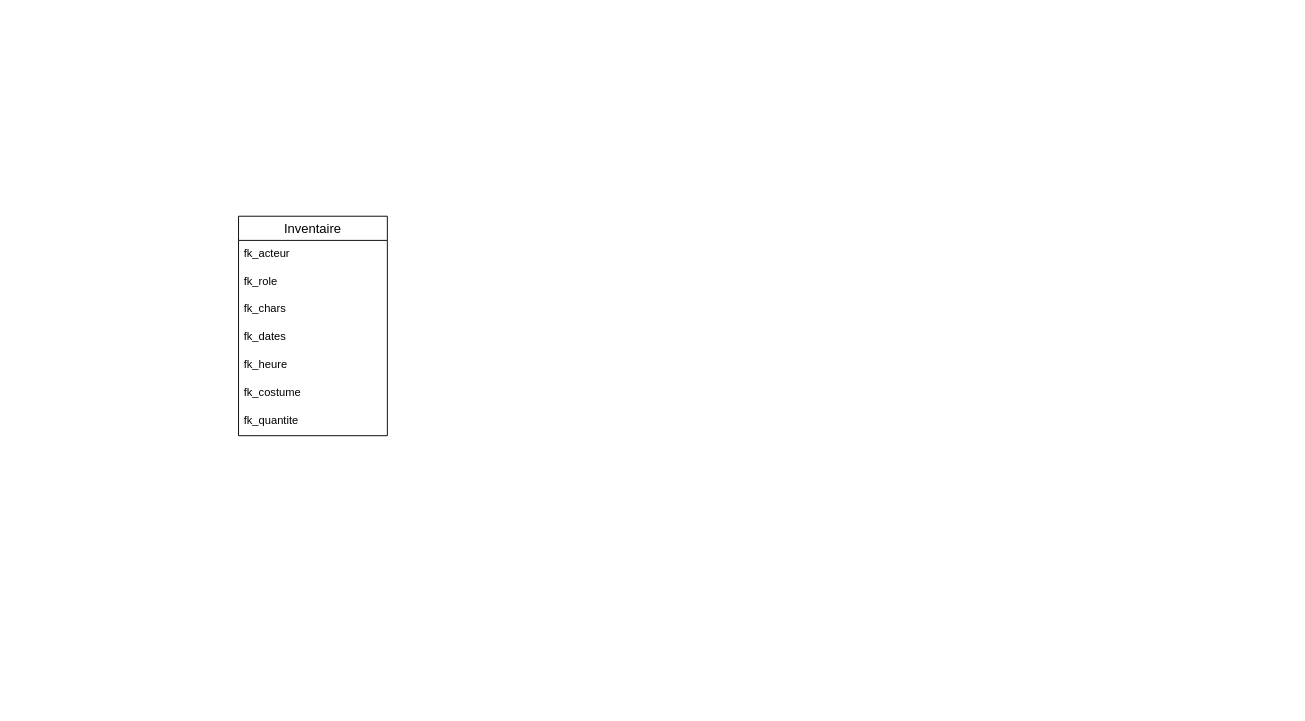
Earlier version of the draw.io diagram Disney.drawio (lamouchiambre/mini-projet-BDD). Source tidied: cells renumbered, new cells numbered last; positions are measured from the earlier drawing's top-left corner, leaving out a move shared by most shapes. Both pictures are drawn from the tidied source at 93%, with x=0, y=0 at pixel (238, 216).
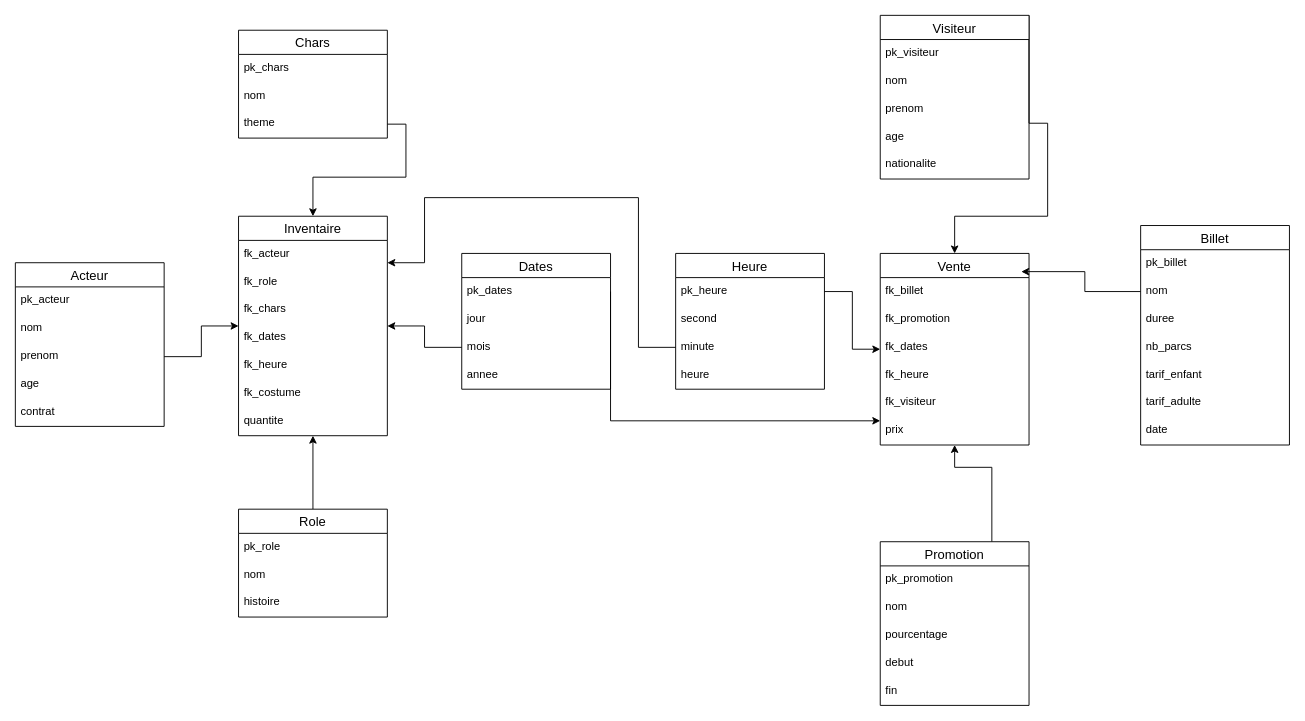
The same page after the edit.

Unchanged cells that the change refers to:
```xml
<mxCell id="2" value="Inventaire" style="swimlane;fontStyle=0;horizontal=1;startSize=26;align=center;fontSize=14;" parent="1" vertex="1">
  <mxGeometry width="160" height="236" as="geometry" />
</mxCell>
```

Change to the diagram source:
```diff
@@
-    <mxCell id="9" value="fk_quantite" style="text;strokeColor=none;fillColor=none;spacingLeft=4;spacingRight=4;overflow=hidden;fontSize=12;" parent="2" vertex="1">
+    <mxCell id="9" value="quantite" style="text;strokeColor=none;fillColor=none;spacingLeft=4;spacingRight=4;overflow=hidden;fontSize=12;" parent="2" vertex="1">
       <mxGeometry y="206" width="160" height="30" as="geometry" />
     </mxCell>
+    <mxCell id="10" value="Vente" style="swimlane;fontStyle=0;horizontal=1;startSize=26;align=center;fontSize=14;" parent="1" vertex="1">
+      <mxGeometry x="690" y="40" width="160" height="206" as="geometry" />
+    </mxCell>
+    <mxCell id="11" value="fk_billet" style="text;strokeColor=none;fillColor=none;spacingLeft=4;spacingRight=4;overflow=hidden;fontSize=12;" parent="10" vertex="1">
+      <mxGeometry y="26" width="160" height="30" as="geometry" />
+    </mxCell>
+    <mxCell id="12" value="fk_promotion" style="text;strokeColor=none;fillColor=none;spacingLeft=4;spacingRight=4;overflow=hidden;fontSize=12;" parent="10" vertex="1">
+      <mxGeometry y="56" width="160" height="30" as="geometry" />
+    </mxCell>
+    <mxCell id="13" value="fk_dates" style="text;strokeColor=none;fillColor=none;spacingLeft=4;spacingRight=4;overflow=hidden;fontSize=12;" parent="10" vertex="1">
+      <mxGeometry y="86" width="160" height="30" as="geometry" />
+    </mxCell>
+    <mxCell id="14" value="fk_heure" style="text;strokeColor=none;fillColor=none;spacingLeft=4;spacingRight=4;overflow=hidden;fontSize=12;" parent="10" vertex="1">
+      <mxGeometry y="116" width="160" height="30" as="geometry" />
+    </mxCell>
+    <mxCell id="15" value="fk_visiteur" style="text;strokeColor=none;fillColor=none;spacingLeft=4;spacingRight=4;overflow=hidden;fontSize=12;" parent="10" vertex="1">
+      <mxGeometry y="146" width="160" height="30" as="geometry" />
+    </mxCell>
+    <mxCell id="16" value="prix" style="text;strokeColor=none;fillColor=none;spacingLeft=4;spacingRight=4;overflow=hidden;points=[[0,0.5],[1,0.5]];portConstraint=eastwest;fontSize=12;" parent="10" vertex="1">
+      <mxGeometry y="176" width="160" height="30" as="geometry" />
+    </mxCell>
+    <mxCell id="17" value="Acteur" style="swimlane;fontStyle=0;horizontal=1;startSize=26;align=center;fontSize=14;" parent="1" vertex="1">
+      <mxGeometry x="-240" y="50" width="160" height="176" as="geometry" />
+    </mxCell>
+    <mxCell id="18" value="pk_acteur" style="text;strokeColor=none;fillColor=none;spacingLeft=4;spacingRight=4;overflow=hidden;fontSize=12;" parent="17" vertex="1">
+      <mxGeometry y="26" width="160" height="30" as="geometry" />
+    </mxCell>
+    <mxCell id="19" value="nom" style="text;strokeColor=none;fillColor=none;spacingLeft=4;spacingRight=4;overflow=hidden;fontSize=12;" parent="17" vertex="1">
+      <mxGeometry y="56" width="160" height="30" as="geometry" />
+    </mxCell>
+    <mxCell id="20" value="prenom" style="text;strokeColor=none;fillColor=none;spacingLeft=4;spacingRight=4;overflow=hidden;points=[[0,0.5],[1,0.5]];portConstraint=eastwest;fontSize=12;" parent="17" vertex="1">
+      <mxGeometry y="86" width="160" height="30" as="geometry" />
+    </mxCell>
+    <mxCell id="21" value="age" style="text;strokeColor=none;fillColor=none;spacingLeft=4;spacingRight=4;overflow=hidden;fontSize=12;" parent="17" vertex="1">
+      <mxGeometry y="116" width="160" height="30" as="geometry" />
+    </mxCell>
+    <mxCell id="22" value="contrat" style="text;strokeColor=none;fillColor=none;spacingLeft=4;spacingRight=4;overflow=hidden;fontSize=12;" parent="17" vertex="1">
+      <mxGeometry y="146" width="160" height="30" as="geometry" />
+    </mxCell>
+    <mxCell id="23" style="edgeStyle=orthogonalEdgeStyle;rounded=0;jettySize=auto;html=1;exitX=0.5;exitY=0;exitDx=0;exitDy=0;" parent="1" edge="1" source="24" target="2">
+      <mxGeometry relative="1" as="geometry" />
+    </mxCell>
+    <mxCell id="24" value="Role" style="swimlane;fontStyle=0;horizontal=1;startSize=26;align=center;fontSize=14;" parent="1" vertex="1">
+      <mxGeometry y="315" width="160" height="116" as="geometry" />
+    </mxCell>
+    <mxCell id="25" value="pk_role" style="text;strokeColor=none;fillColor=none;spacingLeft=4;spacingRight=4;overflow=hidden;fontSize=12;" parent="24" vertex="1">
+      <mxGeometry y="26" width="160" height="30" as="geometry" />
+    </mxCell>
+    <mxCell id="26" value="nom" style="text;strokeColor=none;fillColor=none;spacingLeft=4;spacingRight=4;overflow=hidden;fontSize=12;" parent="24" vertex="1">
+      <mxGeometry y="56" width="160" height="30" as="geometry" />
+    </mxCell>
+    <mxCell id="27" value="histoire" style="text;strokeColor=none;fillColor=none;spacingLeft=4;spacingRight=4;overflow=hidden;fontSize=12;" parent="24" vertex="1">
+      <mxGeometry y="86" width="160" height="30" as="geometry" />
+    </mxCell>
+    <mxCell id="28" value="Chars" style="swimlane;fontStyle=0;horizontal=1;startSize=26;align=center;fontSize=14;" parent="1" vertex="1">
+      <mxGeometry y="-200" width="160" height="116" as="geometry" />
+    </mxCell>
+    <mxCell id="29" value="pk_chars" style="text;strokeColor=none;fillColor=none;spacingLeft=4;spacingRight=4;overflow=hidden;fontSize=12;" parent="28" vertex="1">
+      <mxGeometry y="26" width="160" height="30" as="geometry" />
+    </mxCell>
+    <mxCell id="30" value="nom" style="text;strokeColor=none;fillColor=none;spacingLeft=4;spacingRight=4;overflow=hidden;fontSize=12;" parent="28" vertex="1">
+      <mxGeometry y="56" width="160" height="30" as="geometry" />
+    </mxCell>
+    <mxCell id="31" value="theme" style="text;strokeColor=none;fillColor=none;spacingLeft=4;spacingRight=4;overflow=hidden;points=[[0,0.5],[1,0.5]];portConstraint=eastwest;fontSize=12;" parent="28" vertex="1">
+      <mxGeometry y="86" width="160" height="30" as="geometry" />
+    </mxCell>
+    <mxCell id="32" value="Billet" style="swimlane;fontStyle=0;horizontal=1;startSize=26;align=center;fontSize=14;" parent="1" vertex="1">
+      <mxGeometry x="970" y="10" width="160" height="236" as="geometry" />
+    </mxCell>
+    <mxCell id="33" value="pk_billet" style="text;strokeColor=none;fillColor=none;spacingLeft=4;spacingRight=4;overflow=hidden;fontSize=12;" parent="32" vertex="1">
+      <mxGeometry y="26" width="160" height="30" as="geometry" />
+    </mxCell>
+    <mxCell id="34" value="nom" style="text;strokeColor=none;fillColor=none;spacingLeft=4;spacingRight=4;overflow=hidden;points=[[0,0.5],[1,0.5]];portConstraint=eastwest;fontSize=12;" parent="32" vertex="1">
+      <mxGeometry y="56" width="160" height="30" as="geometry" />
+    </mxCell>
+    <mxCell id="35" value="duree" style="text;strokeColor=none;fillColor=none;spacingLeft=4;spacingRight=4;overflow=hidden;fontSize=12;" parent="32" vertex="1">
+      <mxGeometry y="86" width="160" height="30" as="geometry" />
+    </mxCell>
+    <mxCell id="36" value="nb_parcs" style="text;strokeColor=none;fillColor=none;spacingLeft=4;spacingRight=4;overflow=hidden;fontSize=12;" parent="32" vertex="1">
+      <mxGeometry y="116" width="160" height="30" as="geometry" />
+    </mxCell>
+    <mxCell id="37" value="tarif_enfant" style="text;strokeColor=none;fillColor=none;spacingLeft=4;spacingRight=4;overflow=hidden;fontSize=12;" parent="32" vertex="1">
+      <mxGeometry y="146" width="160" height="30" as="geometry" />
+    </mxCell>
+    <mxCell id="38" value="tarif_adulte" style="text;strokeColor=none;fillColor=none;spacingLeft=4;spacingRight=4;overflow=hidden;fontSize=12;" parent="32" vertex="1">
+      <mxGeometry y="176" width="160" height="30" as="geometry" />
+    </mxCell>
+    <mxCell id="39" value="date" style="text;strokeColor=none;fillColor=none;spacingLeft=4;spacingRight=4;overflow=hidden;fontSize=12;" parent="32" vertex="1">
+      <mxGeometry y="206" width="160" height="30" as="geometry" />
+    </mxCell>
+    <mxCell id="40" value="Heure" style="swimlane;fontStyle=0;horizontal=1;startSize=26;align=center;fontSize=14;" parent="1" vertex="1">
+      <mxGeometry x="470" y="40" width="160" height="146" as="geometry" />
+    </mxCell>
+    <mxCell id="41" value="pk_heure" style="text;strokeColor=none;fillColor=none;spacingLeft=4;spacingRight=4;overflow=hidden;points=[[0,0.5],[1,0.5]];portConstraint=eastwest;fontSize=12;" parent="40" vertex="1">
+      <mxGeometry y="26" width="160" height="30" as="geometry" />
+    </mxCell>
+    <mxCell id="42" value="second" style="text;strokeColor=none;fillColor=none;spacingLeft=4;spacingRight=4;overflow=hidden;fontSize=12;" parent="40" vertex="1">
+      <mxGeometry y="56" width="160" height="30" as="geometry" />
+    </mxCell>
+    <mxCell id="43" value="minute" style="text;strokeColor=none;fillColor=none;spacingLeft=4;spacingRight=4;overflow=hidden;points=[[0,0.5],[1,0.5]];portConstraint=eastwest;fontSize=12;" parent="40" vertex="1">
+      <mxGeometry y="86" width="160" height="30" as="geometry" />
+    </mxCell>
+    <mxCell id="44" value="heure" style="text;strokeColor=none;fillColor=none;spacingLeft=4;spacingRight=4;overflow=hidden;fontSize=12;" parent="40" vertex="1">
+      <mxGeometry y="116" width="160" height="30" as="geometry" />
+    </mxCell>
+    <mxCell id="45" value="Dates" style="swimlane;fontStyle=0;horizontal=1;startSize=26;align=center;fontSize=14;" parent="1" vertex="1">
+      <mxGeometry x="240" y="40" width="160" height="146" as="geometry" />
+    </mxCell>
+    <mxCell id="46" value="pk_dates" style="text;strokeColor=none;fillColor=none;spacingLeft=4;spacingRight=4;overflow=hidden;points=[[0,0.5],[1,0.5]];portConstraint=eastwest;fontSize=12;" parent="45" vertex="1">
+      <mxGeometry y="26" width="160" height="30" as="geometry" />
+    </mxCell>
+    <mxCell id="47" value="jour" style="text;strokeColor=none;fillColor=none;spacingLeft=4;spacingRight=4;overflow=hidden;fontSize=12;" parent="45" vertex="1">
+      <mxGeometry y="56" width="160" height="30" as="geometry" />
+    </mxCell>
+    <mxCell id="48" value="mois" style="text;strokeColor=none;fillColor=none;spacingLeft=4;spacingRight=4;overflow=hidden;points=[[0,0.5],[1,0.5]];portConstraint=eastwest;fontSize=12;" parent="45" vertex="1">
+      <mxGeometry y="86" width="160" height="30" as="geometry" />
+    </mxCell>
+    <mxCell id="49" value="annee" style="text;strokeColor=none;fillColor=none;spacingLeft=4;spacingRight=4;overflow=hidden;fontSize=12;" parent="45" vertex="1">
+      <mxGeometry y="116" width="160" height="30" as="geometry" />
+    </mxCell>
+    <mxCell id="50" style="edgeStyle=orthogonalEdgeStyle;rounded=0;jettySize=auto;html=1;exitX=1;exitY=0;exitDx=0;exitDy=0;entryX=0.5;entryY=0;entryDx=0;entryDy=0;" parent="1" edge="1" source="51" target="10">
+      <mxGeometry relative="1" as="geometry">
+        <Array as="points">
+          <mxPoint x="850" y="-100" />
+          <mxPoint x="870" y="-100" />
+          <mxPoint x="870" />
+          <mxPoint x="770" />
+        </Array>
+      </mxGeometry>
+    </mxCell>
+    <mxCell id="51" value="Visiteur" style="swimlane;fontStyle=0;horizontal=1;startSize=26;align=center;fontSize=14;" parent="1" vertex="1">
+      <mxGeometry x="690" y="-216" width="160" height="176" as="geometry" />
+    </mxCell>
+    <mxCell id="52" value="pk_visiteur" style="text;strokeColor=none;fillColor=none;spacingLeft=4;spacingRight=4;overflow=hidden;fontSize=12;" parent="51" vertex="1">
+      <mxGeometry y="26" width="160" height="30" as="geometry" />
+    </mxCell>
+    <mxCell id="53" value="nom" style="text;strokeColor=none;fillColor=none;spacingLeft=4;spacingRight=4;overflow=hidden;fontSize=12;" parent="51" vertex="1">
+      <mxGeometry y="56" width="160" height="30" as="geometry" />
+    </mxCell>
+    <mxCell id="54" value="prenom" style="text;strokeColor=none;fillColor=none;spacingLeft=4;spacingRight=4;overflow=hidden;fontSize=12;" parent="51" vertex="1">
+      <mxGeometry y="86" width="160" height="30" as="geometry" />
+    </mxCell>
+    <mxCell id="55" value="age" style="text;strokeColor=none;fillColor=none;spacingLeft=4;spacingRight=4;overflow=hidden;fontSize=12;" parent="51" vertex="1">
+      <mxGeometry y="116" width="160" height="30" as="geometry" />
+    </mxCell>
+    <mxCell id="56" value="nationalite" style="text;strokeColor=none;fillColor=none;spacingLeft=4;spacingRight=4;overflow=hidden;fontSize=12;" parent="51" vertex="1">
+      <mxGeometry y="146" width="160" height="30" as="geometry" />
+    </mxCell>
+    <mxCell id="57" style="edgeStyle=orthogonalEdgeStyle;rounded=0;jettySize=auto;html=1;exitX=0.75;exitY=0;exitDx=0;exitDy=0;" parent="1" edge="1" source="58" target="16">
+      <mxGeometry relative="1" as="geometry">
+        <Array as="points">
+          <mxPoint x="810" y="270" />
+          <mxPoint x="770" y="270" />
+        </Array>
+      </mxGeometry>
+    </mxCell>
+    <mxCell id="58" value="Promotion" style="swimlane;fontStyle=0;horizontal=1;startSize=26;align=center;fontSize=14;" parent="1" vertex="1">
+      <mxGeometry x="690" y="350" width="160" height="176" as="geometry" />
+    </mxCell>
+    <mxCell id="59" value="pk_promotion" style="text;strokeColor=none;fillColor=none;spacingLeft=4;spacingRight=4;overflow=hidden;fontSize=12;" parent="58" vertex="1">
+      <mxGeometry y="26" width="160" height="30" as="geometry" />
+    </mxCell>
+    <mxCell id="60" value="nom" style="text;strokeColor=none;fillColor=none;spacingLeft=4;spacingRight=4;overflow=hidden;fontSize=12;" parent="58" vertex="1">
+      <mxGeometry y="56" width="160" height="30" as="geometry" />
+    </mxCell>
+    <mxCell id="61" value="pourcentage" style="text;strokeColor=none;fillColor=none;spacingLeft=4;spacingRight=4;overflow=hidden;fontSize=12;" parent="58" vertex="1">
+      <mxGeometry y="86" width="160" height="30" as="geometry" />
+    </mxCell>
+    <mxCell id="62" value="debut" style="text;strokeColor=none;fillColor=none;spacingLeft=4;spacingRight=4;overflow=hidden;fontSize=12;" parent="58" vertex="1">
+      <mxGeometry y="116" width="160" height="30" as="geometry" />
+    </mxCell>
+    <mxCell id="63" value="fin" style="text;strokeColor=none;fillColor=none;spacingLeft=4;spacingRight=4;overflow=hidden;fontSize=12;" parent="58" vertex="1">
+      <mxGeometry y="146" width="160" height="30" as="geometry" />
+    </mxCell>
+    <mxCell id="64" style="edgeStyle=orthogonalEdgeStyle;rounded=0;jettySize=auto;html=1;exitX=1;exitY=0.5;exitDx=0;exitDy=0;" parent="1" edge="1" source="20" target="2">
+      <mxGeometry relative="1" as="geometry" />
+    </mxCell>
+    <mxCell id="65" style="edgeStyle=orthogonalEdgeStyle;rounded=0;jettySize=auto;html=1;exitX=1;exitY=0.5;exitDx=0;exitDy=0;" parent="1" edge="1" source="31" target="2">
+      <mxGeometry relative="1" as="geometry" />
+    </mxCell>
+    <mxCell id="66" style="edgeStyle=orthogonalEdgeStyle;rounded=0;jettySize=auto;html=1;exitX=0;exitY=0.5;exitDx=0;exitDy=0;" parent="1" edge="1" source="48" target="2">
+      <mxGeometry relative="1" as="geometry" />
+    </mxCell>
+    <mxCell id="67" style="edgeStyle=orthogonalEdgeStyle;rounded=0;jettySize=auto;html=1;exitX=0;exitY=0.5;exitDx=0;exitDy=0;" parent="1" edge="1" source="43" target="2">
+      <mxGeometry relative="1" as="geometry">
+        <Array as="points">
+          <mxPoint x="430" y="141" />
+          <mxPoint x="430" y="-20" />
+          <mxPoint x="200" y="-20" />
+          <mxPoint x="200" y="50" />
+        </Array>
+      </mxGeometry>
+    </mxCell>
+    <mxCell id="68" style="edgeStyle=orthogonalEdgeStyle;rounded=0;jettySize=auto;html=1;exitX=1;exitY=0.5;exitDx=0;exitDy=0;" parent="1" edge="1" source="41" target="10">
+      <mxGeometry relative="1" as="geometry" />
+    </mxCell>
+    <mxCell id="69" style="edgeStyle=orthogonalEdgeStyle;rounded=0;jettySize=auto;html=1;exitX=1;exitY=0.5;exitDx=0;exitDy=0;" parent="1" edge="1" source="46" target="10">
+      <mxGeometry relative="1" as="geometry">
+        <Array as="points">
+          <mxPoint x="400" y="220" />
+        </Array>
+      </mxGeometry>
+    </mxCell>
+    <mxCell id="70" style="edgeStyle=orthogonalEdgeStyle;rounded=0;jettySize=auto;html=1;exitX=0;exitY=0.5;exitDx=0;exitDy=0;entryX=0.948;entryY=0.095;entryDx=0;entryDy=0;entryPerimeter=0;" parent="1" edge="1" source="34" target="10">
+      <mxGeometry relative="1" as="geometry" />
+    </mxCell>
```
